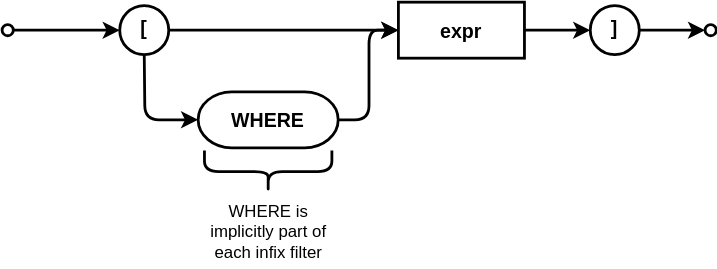
The draw.io diagram cds/assets/cxl/infix-filter.drawio.svg in capire/docs, before a commit. Source tidied: cells renumbered, new cells last; positions are measured from the earlier drawing's top-left corner, leaving out a move shared by most shapes.
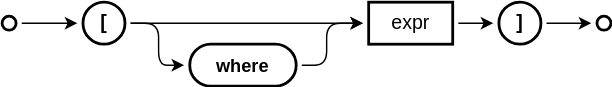
Later version of the same file.

Diff of the diagram source:
```diff
@@ -2,51 +2,49 @@
   <root>
     <mxCell id="0" />
     <mxCell id="1" parent="0" />
-    <mxCell id="2" value="Best viewed with the &lt;a href=&quot;https://github.com/ariel-bentu/tam-drawio&quot;&gt;TAM plugin&lt;/a&gt;" style="text;html=1;shape=tamPluginMissing;" parent="1" vertex="1">
-      <mxGeometry x="227.2" y="166" width="200" height="25" as="geometry" />
-    </mxCell>
-    <mxCell id="3" style="edgeStyle=none;html=1;strokeWidth=2;verticalAlign=middle;align=center;fontStyle=1;fontSize=14;" parent="1" edge="1" source="4" target="8">
-      <mxGeometry relative="1" as="geometry" />
-    </mxCell>
-    <mxCell id="4" style="ellipse;whiteSpace=wrap;html=1;strokeWidth=2;verticalAlign=middle;align=center;fontStyle=1;fontSize=14;" parent="1" vertex="1">
-      <mxGeometry y="16" width="8" height="8" as="geometry" />
-    </mxCell>
-    <mxCell id="5" value="WHERE" style="align=center;newEdgeStyle={&quot;edgeStyle&quot;:&quot;entityRelationEdgeStyle&quot;,&quot;startArrow&quot;:&quot;none&quot;,&quot;endArrow&quot;:&quot;none&quot;,&quot;segment&quot;:10,&quot;curved&quot;:1,&quot;sourcePerimeterSpacing&quot;:0,&quot;targetPerimeterSpacing&quot;:0};strokeWidth=2;verticalAlign=middle;fontStyle=1;fontSize=14;rounded=1;arcSize=60;" parent="1" vertex="1">
-      <mxGeometry x="140" y="64" width="100" height="40" as="geometry" />
-    </mxCell>
-    <mxCell id="6" style="ellipse;whiteSpace=wrap;html=1;strokeWidth=2;verticalAlign=middle;align=center;fontStyle=1;fontSize=14;" parent="1" vertex="1">
-      <mxGeometry x="502" y="16" width="8" height="8" as="geometry" />
-    </mxCell>
+    <mxCell id="16" style="ellipse;whiteSpace=wrap;html=1;rounded=1;strokeColor=default;strokeWidth=2;align=center;verticalAlign=middle;fontFamily=Helvetica;fontSize=11;fontColor=default;labelBackgroundColor=default;fillColor=default;perimeterSpacing=4;" parent="1" vertex="1">
+      <mxGeometry x="49" y="333" width="10" height="10" as="geometry" />
+    </mxCell>
+    <mxCell id="17" style="ellipse;whiteSpace=wrap;html=1;rounded=1;strokeColor=default;strokeWidth=2;align=center;verticalAlign=middle;fontFamily=Helvetica;fontSize=11;fontColor=default;labelBackgroundColor=default;fillColor=default;perimeterSpacing=4;" parent="1" vertex="1">
+      <mxGeometry x="473.8" y="333" width="10" height="10" as="geometry" />
+    </mxCell>
-    <mxCell id="7" style="edgeStyle=none;strokeWidth=2;verticalAlign=middle;align=center;fontStyle=1;fontSize=14;" parent="1" edge="1" source="8" target="12">
+    <mxCell id="7" style="edgeStyle=orthogonalEdgeStyle;rounded=0;jettySize=auto;html=1;" parent="1" edge="1" source="8" target="12">
       <mxGeometry relative="1" as="geometry" />
     </mxCell>
-    <mxCell id="8" value="[" style="ellipse;fontStyle=1;fontSize=14;verticalAlign=middle;spacingBottom=4;strokeWidth=2;align=center;spacing=0;" parent="1" vertex="1">
-      <mxGeometry x="84" y="2.5" width="35" height="35" as="geometry" />
+    <mxCell id="8" value="&lt;b&gt;[&lt;/b&gt;" style="rounded=1;whiteSpace=wrap;html=1;strokeWidth=2;arcSize=50;fontSize=14;perimeterSpacing=4;" parent="1" vertex="1">
+      <mxGeometry x="106.8" y="323" width="30" height="30" as="geometry" />
     </mxCell>
-    <mxCell id="9" style="edgeStyle=none;html=1;strokeWidth=2;verticalAlign=middle;align=center;fontStyle=1;fontSize=14;" parent="1" edge="1" source="10" target="6">
-      <mxGeometry relative="1" as="geometry" />
-    </mxCell>
-    <mxCell id="10" value="]" style="ellipse;fontStyle=1;fontSize=14;verticalAlign=middle;spacingBottom=4;strokeWidth=2;align=center;spacing=0;" parent="1" vertex="1">
-      <mxGeometry x="420" y="2.5" width="35" height="35" as="geometry" />
+    <mxCell id="10" value="&lt;b&gt;]&lt;/b&gt;" style="rounded=1;whiteSpace=wrap;html=1;strokeWidth=2;arcSize=50;fontSize=14;perimeterSpacing=4;" parent="1" vertex="1">
+      <mxGeometry x="403.8" y="323" width="30" height="30" as="geometry" />
     </mxCell>
-    <mxCell id="11" style="edgeStyle=none;strokeWidth=2;verticalAlign=middle;align=center;fontStyle=1;fontSize=14;" parent="1" edge="1" source="12" target="10">
+    <mxCell id="11" style="edgeStyle=orthogonalEdgeStyle;rounded=0;jettySize=auto;html=1;" parent="1" edge="1" source="12" target="10">
       <mxGeometry relative="1" as="geometry" />
     </mxCell>
-    <mxCell id="12" value="expr" style="rounded=0;strokeWidth=2;arcSize=37;verticalAlign=middle;align=center;fontStyle=1;fontSize=14;" parent="1" vertex="1">
-      <mxGeometry x="283" width="90" height="40" as="geometry" />
+    <mxCell id="12" value="expr" style="rounded=1;whiteSpace=wrap;html=1;strokeWidth=2;arcSize=0;fontSize=14;perimeterSpacing=4;" parent="1" vertex="1">
+      <mxGeometry x="310.8" y="323" width="60" height="30" as="geometry" />
     </mxCell>
-    <mxCell id="13" style="edgeStyle=elbowEdgeStyle;labelBackgroundColor=none;rounded=1;elbow=horizontal;endArrow=classic;endFill=1;align=center;exitX=0.5;exitY=1;exitDx=0;exitDy=0;entryX=0;entryY=0.5;entryDx=0;entryDy=0;strokeWidth=2;verticalAlign=middle;fontStyle=1;fontSize=14;" parent="1" edge="1" source="8" target="5">
-      <mxGeometry relative="1" as="geometry">
-        <Array as="points">
-          <mxPoint x="102" y="78" />
-        </Array>
-      </mxGeometry>
-    </mxCell>
-    <mxCell id="14" style="edgeStyle=elbowEdgeStyle;labelBackgroundColor=none;rounded=1;elbow=horizontal;endArrow=classic;endFill=1;align=center;exitX=1;exitY=0.5;exitDx=0;exitDy=0;entryX=0;entryY=0.5;entryDx=0;entryDy=0;strokeWidth=2;verticalAlign=middle;fontStyle=1;fontSize=14;" parent="1" edge="1" source="5" target="12">
-      <mxGeometry relative="1" as="geometry" />
-    </mxCell>
-    <mxCell id="15" value="WHERE is implicitly part of each infix filter" style="shape=curlyBracket;whiteSpace=wrap;html=1;rounded=1;flipH=1;labelPosition=center;verticalLabelPosition=bottom;align=center;verticalAlign=top;flipV=0;direction=north;strokeWidth=2;" parent="1" vertex="1">
-      <mxGeometry x="144.5" y="106" width="91" height="30" as="geometry" />
-    </mxCell>
+    <mxCell id="18" style="edgeStyle=elbowEdgeStyle;rounded=1;jettySize=auto;html=1;entryX=0;entryY=0.5;entryDx=0;entryDy=0;arcSize=20;elbow=vertical;" parent="1" edge="1" source="10" target="17">
+      <mxGeometry relative="1" as="geometry" />
+    </mxCell>
+    <mxCell id="19" style="edgeStyle=orthogonalEdgeStyle;rounded=0;jettySize=auto;html=1;exitX=1;exitY=0.5;exitDx=0;exitDy=0;" parent="1" edge="1" source="16" target="8">
+      <mxGeometry relative="1" as="geometry" />
+    </mxCell>
+    <mxCell id="20" value="&lt;b&gt;&lt;font style=&quot;font-size: 13px;&quot;&gt;where&lt;/font&gt;&lt;/b&gt;" style="rounded=1;whiteSpace=wrap;html=1;strokeWidth=2;arcSize=50;fontSize=14;perimeterSpacing=4;" parent="1" vertex="1">
+      <mxGeometry x="183" y="353" width="76" height="30" as="geometry" />
+    </mxCell>
+    <mxCell id="21" style="edgeStyle=elbowEdgeStyle;rounded=1;jettySize=auto;html=1;curved=0;arcSize=20;exitX=1;exitY=0.5;exitDx=0;exitDy=0;entryX=0;entryY=0.5;entryDx=0;entryDy=0;" parent="1" edge="1" source="8" target="20">
+      <mxGeometry relative="1" as="geometry">
+        <Array as="points">
+          <mxPoint x="160.8" y="363" />
+        </Array>
+      </mxGeometry>
+    </mxCell>
+    <mxCell id="22" style="edgeStyle=elbowEdgeStyle;rounded=1;jettySize=auto;html=1;curved=0;arcSize=20;exitX=1;exitY=0.5;exitDx=0;exitDy=0;" parent="1" edge="1" source="20" target="12">
+      <mxGeometry relative="1" as="geometry">
+        <Array as="points">
+          <mxPoint x="280.8" y="363" />
+        </Array>
+      </mxGeometry>
+    </mxCell>
   </root>
 </mxGraphModel>
```
